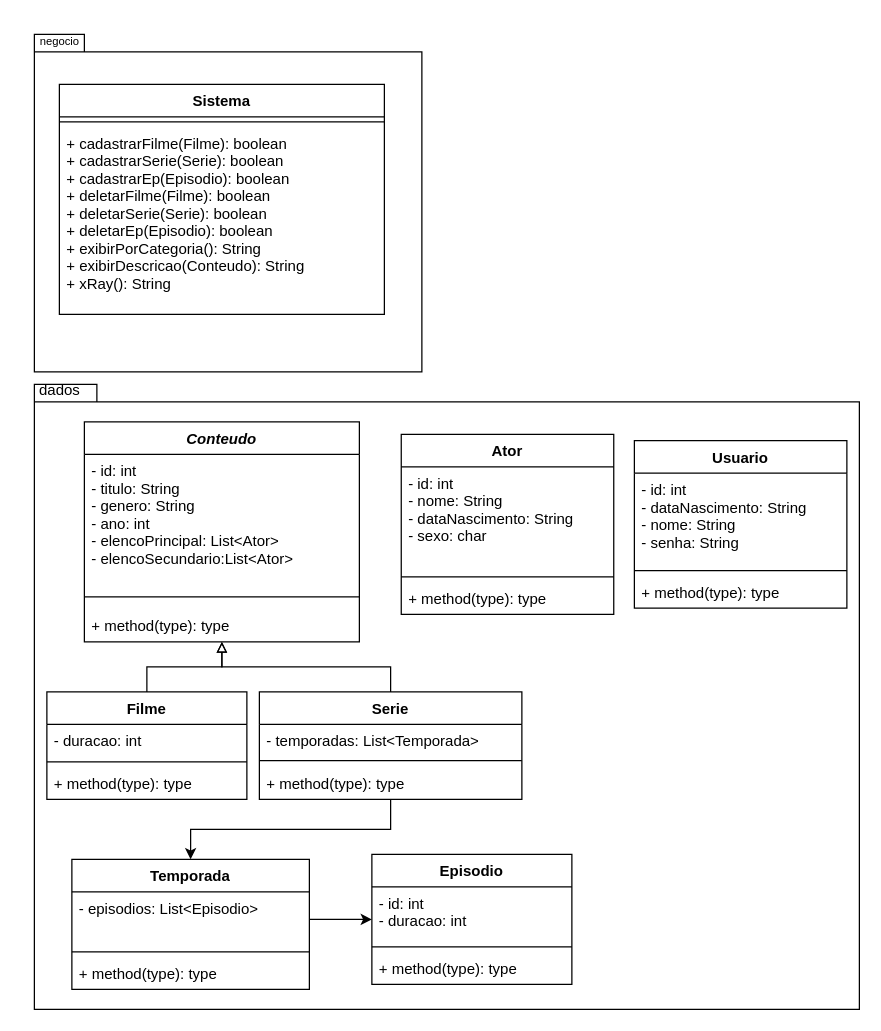
This is trabalhoPOO.drawio from ViniciusHansen/diagramas, a draw.io file, before an edit. Source tidied: cells renumbered, new cells numbered last; positions are measured from the earlier drawing's top-left corner, leaving out a move shared by most shapes. Both pictures are drawn from the tidied source at 125%, with x=0, y=0 at pixel (21, 21).
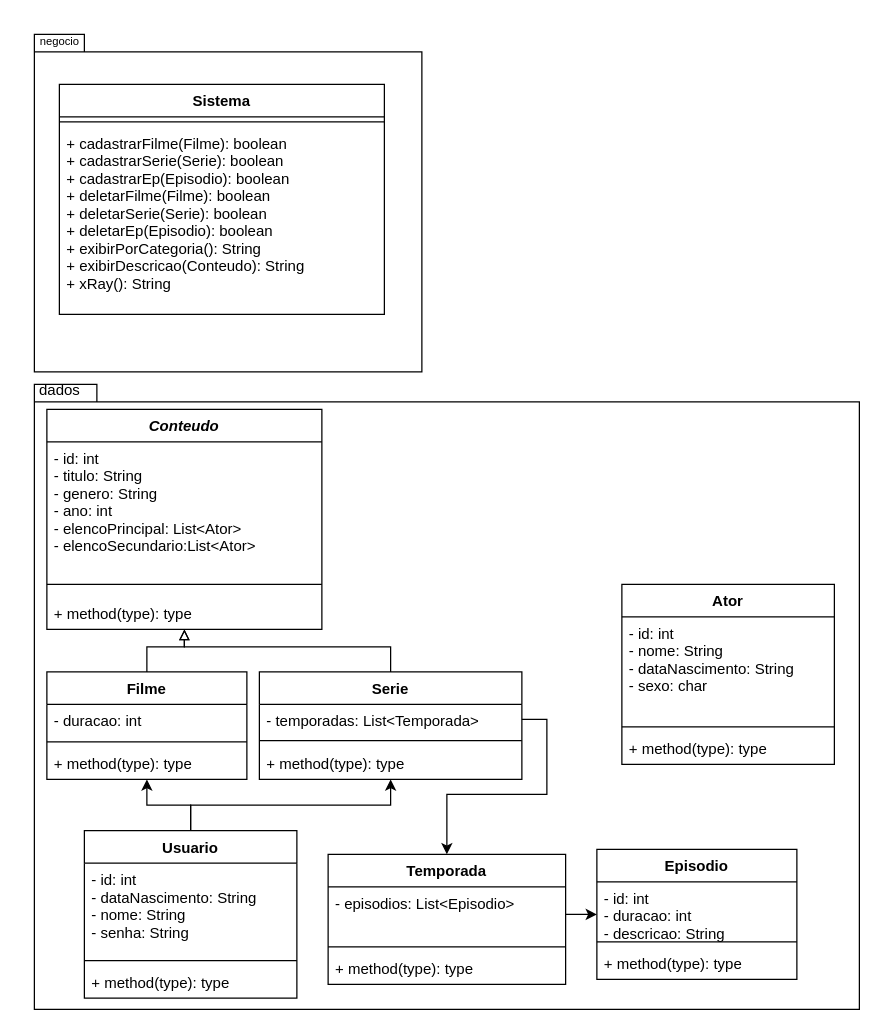
The same page after the edit.

The change refers to these unchanged cells:
```xml
<mxCell id="10" value="- temporadas: List&lt;Temporada&gt;" style="text;strokeColor=none;fillColor=none;align=left;verticalAlign=top;spacingLeft=4;spacingRight=4;overflow=hidden;points=[[0,0.5],[1,0.5]];portConstraint=eastwest;" parent="9" vertex="1">
  <mxGeometry y="26" width="210" height="24" as="geometry" />
</mxCell>
```

The edit, as a diff of the source:
```diff
@@
     <mxCell id="3" value="Conteudo" style="swimlane;fontStyle=3;align=center;verticalAlign=top;horizontal=1;startSize=26;rounded=0;shadow=0;strokeWidth=1;" parent="1" vertex="1">
-      <mxGeometry x="50" y="320" width="220" height="176" as="geometry" />
+      <mxGeometry x="20" y="310" width="220" height="176" as="geometry" />
     </mxCell>
@@
     <mxCell id="7" style="edgeStyle=orthogonalEdgeStyle;rounded=0;jettySize=auto;html=1;endArrow=block;endFill=0;" parent="1" edge="1" source="9" target="3">
-      <mxGeometry relative="1" as="geometry" />
+      <mxGeometry relative="1" as="geometry">
+        <Array as="points">
+          <mxPoint x="295" y="500" />
+          <mxPoint x="130" y="500" />
+        </Array>
+      </mxGeometry>
     </mxCell>
-    <mxCell id="8" style="edgeStyle=orthogonalEdgeStyle;rounded=0;jettySize=auto;html=1;" parent="1" edge="1" source="9" target="36">
-      <mxGeometry relative="1" as="geometry" />
-    </mxCell>
     <mxCell id="9" value="Serie" style="swimlane;fontStyle=1;align=center;verticalAlign=top;horizontal=1;startSize=26;" parent="1" vertex="1">
-      <mxGeometry x="190" y="536" width="210" height="86" as="geometry" />
+      <mxGeometry x="190" y="520" width="210" height="86" as="geometry" />
     </mxCell>
@@
+    <mxCell id="41" style="edgeStyle=orthogonalEdgeStyle;rounded=0;jettySize=auto;html=1;" parent="1" edge="1" source="14" target="23">
+      <mxGeometry relative="1" as="geometry" />
+    </mxCell>
+    <mxCell id="42" style="edgeStyle=orthogonalEdgeStyle;rounded=0;jettySize=auto;html=1;" parent="1" edge="1" source="14" target="9">
+      <mxGeometry relative="1" as="geometry" />
+    </mxCell>
     <mxCell id="14" value="Usuario" style="swimlane;fontStyle=1;align=center;verticalAlign=top;horizontal=1;startSize=26;" parent="1" vertex="1">
-      <mxGeometry x="490" y="335" width="170" height="134" as="geometry" />
+      <mxGeometry x="50" y="647" width="170" height="134" as="geometry" />
     </mxCell>
@@
     <mxCell id="18" value="Ator" style="swimlane;fontStyle=1;align=center;verticalAlign=top;horizontal=1;startSize=26;" parent="1" vertex="1">
-      <mxGeometry x="303.5" y="330" width="170" height="144" as="geometry" />
+      <mxGeometry x="480" y="450" width="170" height="144" as="geometry" />
     </mxCell>
@@
     <mxCell id="23" value="Filme" style="swimlane;fontStyle=1;align=center;verticalAlign=top;horizontal=1;startSize=26;" parent="1" vertex="1">
-      <mxGeometry x="20" y="536" width="160" height="86" as="geometry" />
+      <mxGeometry x="20" y="520" width="160" height="86" as="geometry" />
     </mxCell>
@@
     <mxCell id="32" value="Episodio" style="swimlane;fontStyle=1;align=center;verticalAlign=top;horizontal=1;startSize=26;" parent="1" vertex="1">
-      <mxGeometry x="280" y="666" width="160" height="104" as="geometry" />
+      <mxGeometry x="460" y="662" width="160" height="104" as="geometry" />
     </mxCell>
-    <mxCell id="33" value="- id: int&#10;- duracao: int&#10;" style="text;strokeColor=none;fillColor=none;align=left;verticalAlign=top;spacingLeft=4;spacingRight=4;overflow=hidden;" parent="32" vertex="1">
+    <mxCell id="33" value="- id: int&#10;- duracao: int&#10;- descricao: String&#10;" style="text;strokeColor=none;fillColor=none;align=left;verticalAlign=top;spacingLeft=4;spacingRight=4;overflow=hidden;" parent="32" vertex="1">
       <mxGeometry y="26" width="160" height="44" as="geometry" />
     </mxCell>
@@
     <mxCell id="36" value="Temporada" style="swimlane;fontStyle=1;align=center;verticalAlign=top;horizontal=1;startSize=26;" parent="1" vertex="1">
-      <mxGeometry x="40" y="670" width="190" height="104" as="geometry" />
+      <mxGeometry x="245" y="666" width="190" height="104" as="geometry" />
     </mxCell>
@@
+    <mxCell id="43" style="edgeStyle=orthogonalEdgeStyle;rounded=0;jettySize=auto;html=1;" parent="1" edge="1" source="10" target="36">
+      <mxGeometry relative="1" as="geometry" />
+    </mxCell>
```
